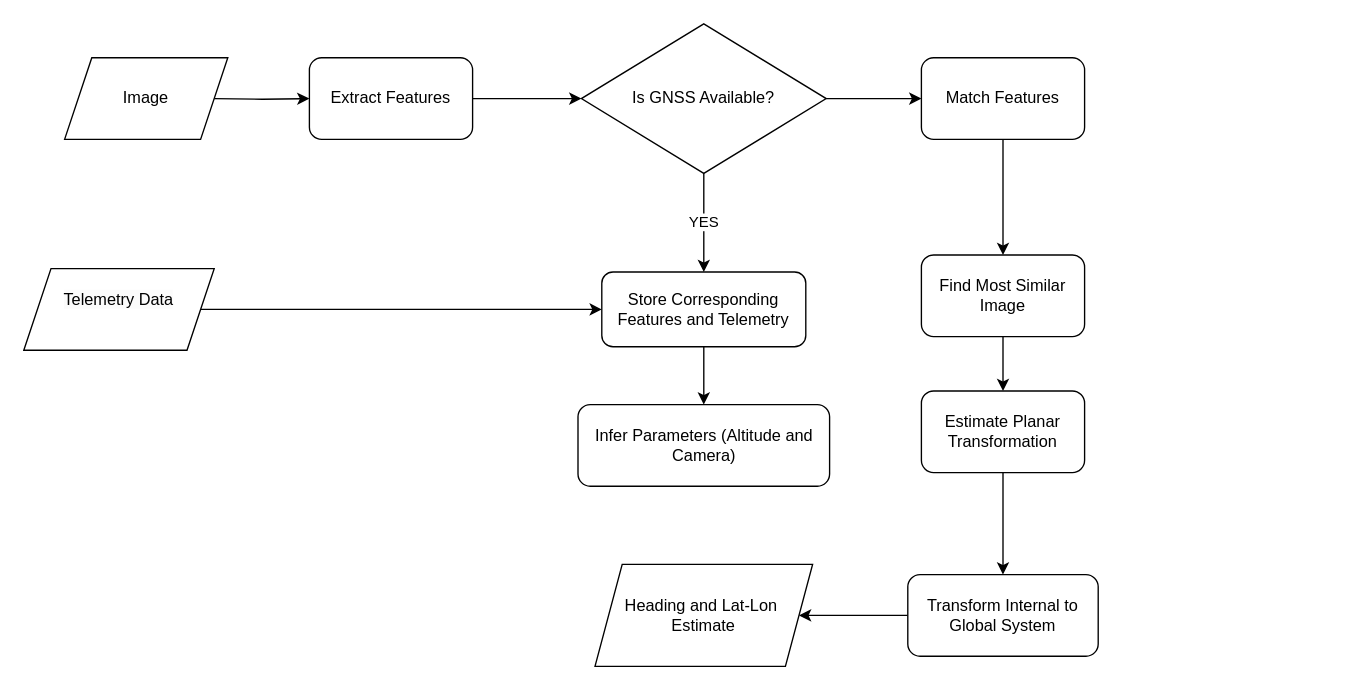
The draw.io diagram Untitled Diagram.drawio in Samshabz/Skripsie, before the edit. Source tidied: cells renumbered, new cells numbered last; positions are measured from the earlier drawing's top-left corner, leaving out a move shared by most shapes. Both pictures are drawn from the tidied source at 136%, with x=0, y=0 at pixel (23, 23).
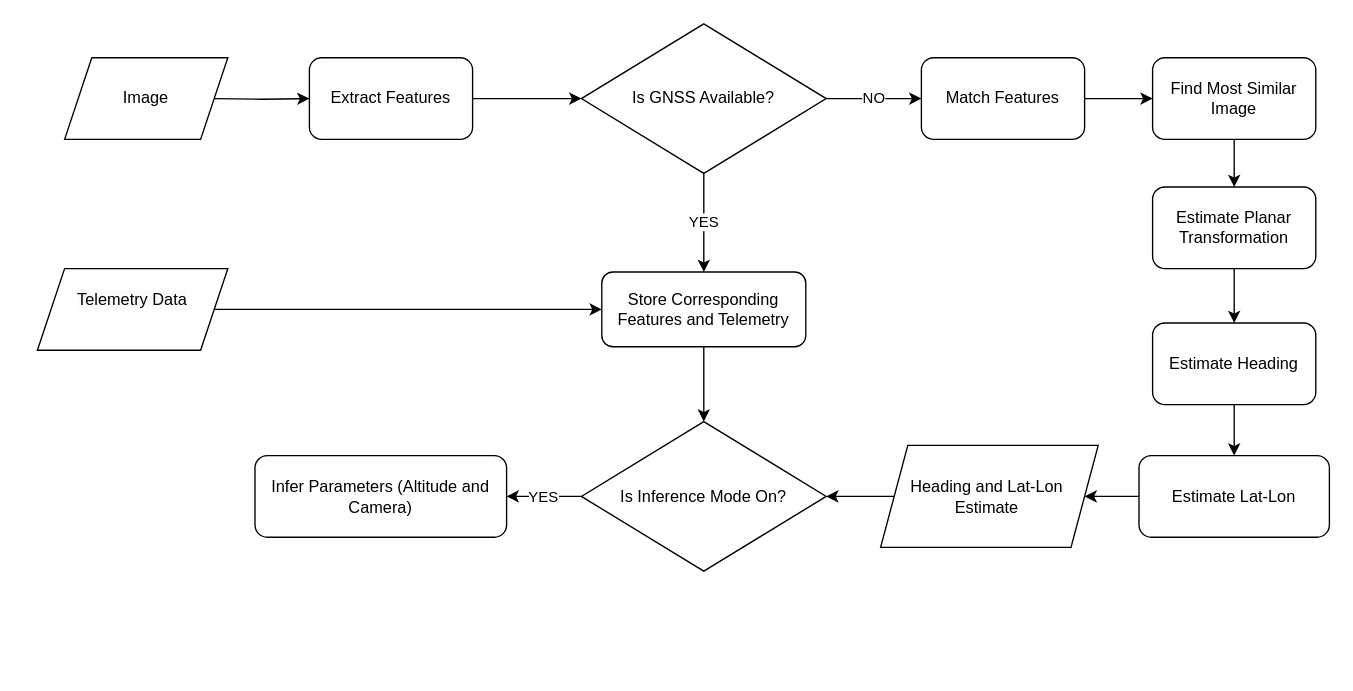
The same page after the edit.

Unchanged cells that the change refers to:
```xml
<mxCell id="8" value="Match Features" style="rounded=1;whiteSpace=wrap;html=1;" parent="1" vertex="1">
  <mxGeometry x="660" y="25" width="120" height="60" as="geometry" />
</mxCell>
<mxCell id="16" value="Is GNSS Available?" style="rhombus;whiteSpace=wrap;html=1;" parent="1" vertex="1">
  <mxGeometry x="410" width="180" height="110" as="geometry" />
</mxCell>
<mxCell id="22" value="Store Corresponding Features and Telemetry" style="rounded=1;whiteSpace=wrap;html=1;" parent="1" vertex="1">
  <mxGeometry x="425" y="182.5" width="150" height="55" as="geometry" />
</mxCell>
```

Diff of the diagram source:
```diff
@@
     <mxCell id="6" value="Find Most Similar Image" style="rounded=1;whiteSpace=wrap;html=1;" parent="1" vertex="1">
-      <mxGeometry x="660" y="170" width="120" height="60" as="geometry" />
+      <mxGeometry x="830" y="25" width="120" height="60" as="geometry" />
     </mxCell>
@@
-    <mxCell id="9" style="edgeStyle=orthogonalEdgeStyle;rounded=0;jettySize=auto;html=1;" parent="1" edge="1" source="10" target="12">
-      <mxGeometry relative="1" as="geometry" />
-    </mxCell>
+    <mxCell id="23" style="edgeStyle=orthogonalEdgeStyle;rounded=0;jettySize=auto;html=1;" parent="1" edge="1" source="10" target="29">
+      <mxGeometry relative="1" as="geometry" />
+    </mxCell>
     <mxCell id="10" value="Estimate Planar Transformation" style="rounded=1;whiteSpace=wrap;html=1;" parent="1" vertex="1">
-      <mxGeometry x="660" y="270" width="120" height="60" as="geometry" />
+      <mxGeometry x="830" y="120" width="120" height="60" as="geometry" />
     </mxCell>
@@
-    <mxCell id="12" value="Transform Internal to Global System" style="rounded=1;whiteSpace=wrap;html=1;" parent="1" vertex="1">
-      <mxGeometry x="650" y="405" width="140" height="60" as="geometry" />
+    <mxCell id="12" value="Estimate Lat-Lon" style="rounded=1;whiteSpace=wrap;html=1;" parent="1" vertex="1">
+      <mxGeometry x="820" y="317.5" width="140" height="60" as="geometry" />
     </mxCell>
@@
-    <mxCell id="15" style="edgeStyle=orthogonalEdgeStyle;rounded=0;jettySize=auto;html=1;" parent="1" edge="1" source="16" target="8">
+    <mxCell id="15" value="NO" style="edgeStyle=orthogonalEdgeStyle;rounded=0;jettySize=auto;html=1;" parent="1" edge="1" source="16" target="8">
       <mxGeometry relative="1" as="geometry" />
     </mxCell>
@@
     <mxCell id="18" value="&#10;&lt;span style=&quot;color: rgb(0, 0, 0); font-family: Helvetica; font-size: 12px; font-style: normal; font-variant-ligatures: normal; font-variant-caps: normal; font-weight: 400; letter-spacing: normal; orphans: 2; text-align: center; text-indent: 0px; text-transform: none; widows: 2; word-spacing: 0px; -webkit-text-stroke-width: 0px; white-space: normal; background-color: rgb(251, 251, 251); text-decoration-thickness: initial; text-decoration-style: initial; text-decoration-color: initial; display: inline !important; float: none;&quot;&gt;Telemetry Data&lt;/span&gt;&#10;&#10;" style="shape=parallelogram;perimeter=parallelogramPerimeter;whiteSpace=wrap;html=1;fixedSize=1;" parent="1" vertex="1">
-      <mxGeometry y="180" width="140" height="60" as="geometry" />
+      <mxGeometry x="10" y="180" width="140" height="60" as="geometry" />
     </mxCell>
+    <mxCell id="24" style="edgeStyle=orthogonalEdgeStyle;rounded=0;jettySize=auto;html=1;" parent="1" edge="1" source="19" target="27">
+      <mxGeometry relative="1" as="geometry" />
+    </mxCell>
-    <mxCell id="19" value="Heading and Lat-Lon&amp;nbsp;&lt;div&gt;Estimate&lt;/div&gt;" style="shape=parallelogram;perimeter=parallelogramPerimeter;whiteSpace=wrap;html=1;fixedSize=1;" parent="1" vertex="1">
-      <mxGeometry x="420" y="397.5" width="160" height="75" as="geometry" />
+    <mxCell id="19" value="Heading and Lat-Lon&amp;nbsp;&lt;div&gt;Estimate&amp;nbsp;&lt;/div&gt;" style="shape=parallelogram;perimeter=parallelogramPerimeter;whiteSpace=wrap;html=1;fixedSize=1;fillColor=#FFFFFF;" parent="1" vertex="1">
+      <mxGeometry x="630" y="310" width="160" height="75" as="geometry" />
     </mxCell>
     <mxCell id="20" value="Infer Parameters (Altitude and Camera)" style="rounded=1;whiteSpace=wrap;html=1;" parent="1" vertex="1">
-      <mxGeometry x="407.5" y="280" width="185" height="60" as="geometry" />
+      <mxGeometry x="170" y="317.5" width="185" height="60" as="geometry" />
     </mxCell>
-    <mxCell id="21" style="edgeStyle=orthogonalEdgeStyle;rounded=0;jettySize=auto;html=1;entryX=0.5;entryY=0;entryDx=0;entryDy=0;" parent="1" edge="1" source="22" target="20">
-      <mxGeometry relative="1" as="geometry" />
-    </mxCell>
+    <mxCell id="25" style="edgeStyle=orthogonalEdgeStyle;rounded=0;jettySize=auto;html=1;" parent="1" edge="1" source="22" target="27">
+      <mxGeometry relative="1" as="geometry" />
+    </mxCell>
@@
+    <mxCell id="26" value="YES" style="edgeStyle=orthogonalEdgeStyle;rounded=0;jettySize=auto;html=1;entryX=1;entryY=0.5;entryDx=0;entryDy=0;" parent="1" edge="1" source="27" target="20">
+      <mxGeometry relative="1" as="geometry" />
+    </mxCell>
+    <mxCell id="27" value="Is Inference Mode On?" style="rhombus;whiteSpace=wrap;html=1;" parent="1" vertex="1">
+      <mxGeometry x="410" y="292.5" width="180" height="110" as="geometry" />
+    </mxCell>
+    <mxCell id="28" style="edgeStyle=orthogonalEdgeStyle;rounded=0;jettySize=auto;html=1;" parent="1" edge="1" source="29" target="12">
+      <mxGeometry relative="1" as="geometry" />
+    </mxCell>
+    <mxCell id="29" value="Estimate Heading" style="rounded=1;whiteSpace=wrap;html=1;" parent="1" vertex="1">
+      <mxGeometry x="830" y="220" width="120" height="60" as="geometry" />
+    </mxCell>
```
